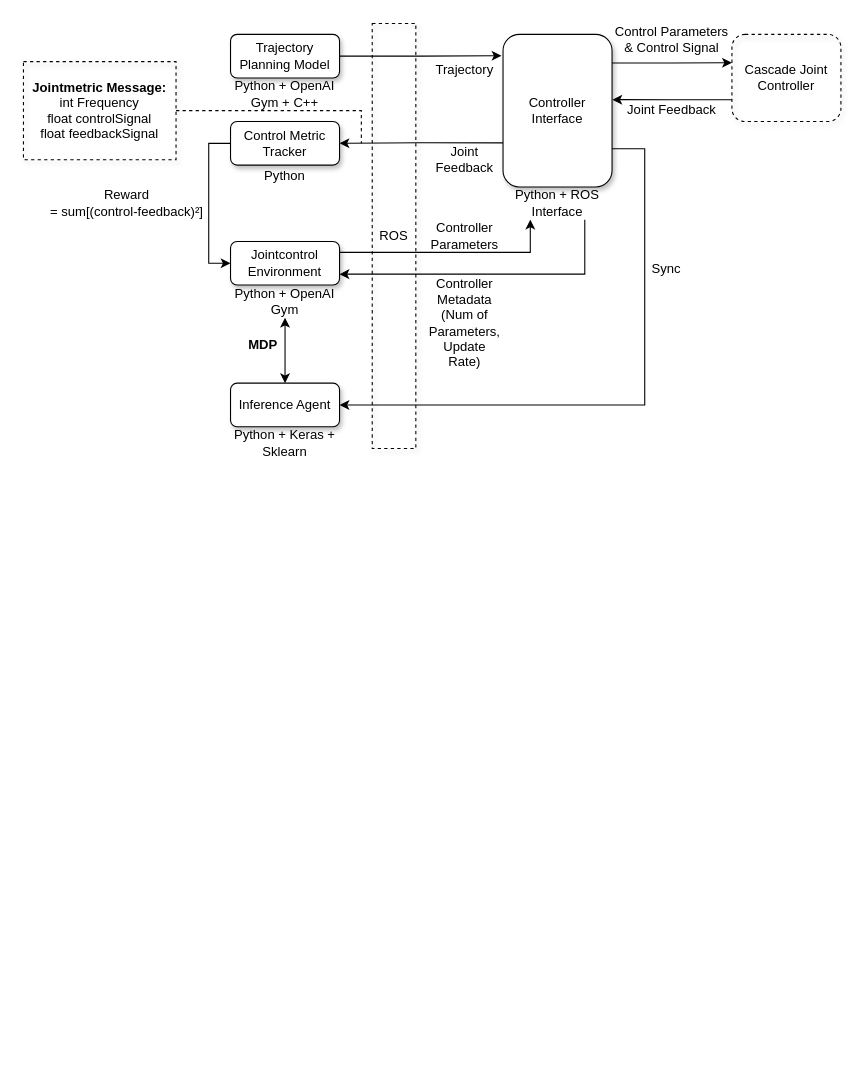
SimonSchwaiger/RL-for-Controller-Parameter-Estimation keeps this draw.io diagram as page "Dataflow" (1 of 6) of doc/systemMockup.drawio. Above is the earlier version. Source tidied: cells renumbered, new cells numbered last; positions are measured from the earlier drawing's top-left corner, leaving out a move shared by most shapes. Both pictures are drawn from the tidied source at 109%, with x=0, y=0 at pixel (23, 23).
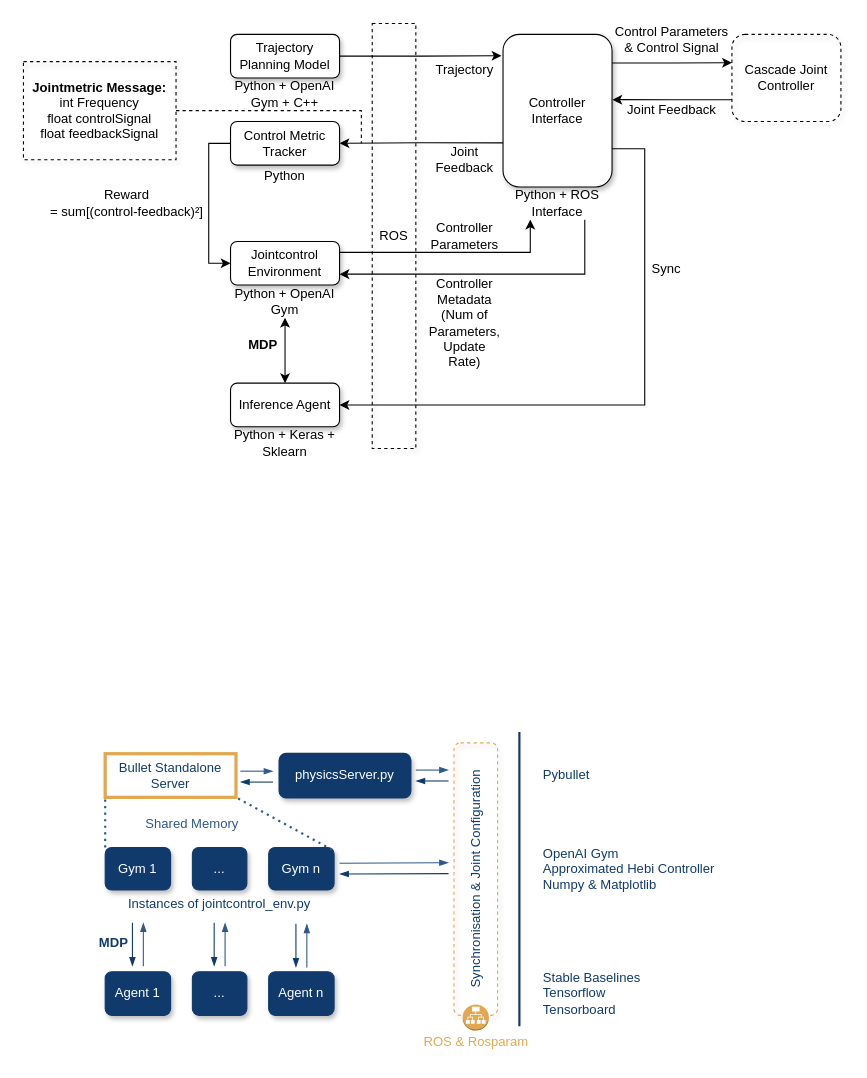
The same diagram, later.

Diff of the diagram source:
```diff
@@
+    <mxCell id="34" style="rounded=0;whiteSpace=wrap;html=1;shadow=0;dashed=1;dashPattern=1 2;fontSize=12;fontColor=#30598A;strokeColor=none;strokeWidth=2;fillColor=default;" parent="1" vertex="1">
+      <mxGeometry x="65" y="640" width="580" height="310" as="geometry" />
+    </mxCell>
@@
+    <mxCell id="35" style="rounded=1;whiteSpace=wrap;html=1;fillColor=none;dashed=1;shadow=1;strokeColor=#E1A851;" parent="1" vertex="1">
+      <mxGeometry x="395" y="660" width="40" height="250" as="geometry" />
+    </mxCell>
+    <mxCell id="36" value="Bullet Standalone Server" style="rounded=0;whiteSpace=wrap;html=1;shadow=0;fillColor=default;strokeColor=#E1A851;strokeWidth=3;fontColor=#103A6B;" parent="1" vertex="1">
+      <mxGeometry x="75" y="670" width="120" height="40" as="geometry" />
+    </mxCell>
+    <mxCell id="37" value="physicsServer.py" style="rounded=1;whiteSpace=wrap;html=1;shadow=1;fillColor=#103A6B;strokeColor=#103A6B;strokeWidth=2;fontColor=#FFFFFF;" parent="1" vertex="1">
+      <mxGeometry x="235" y="670" width="120" height="40" as="geometry" />
+    </mxCell>
+    <mxCell id="38" value="Gym n" style="rounded=1;whiteSpace=wrap;html=1;shadow=1;fillColor=#103A6B;strokeColor=#103A6B;fontColor=#FFFFFF;" parent="1" vertex="1">
+      <mxGeometry x="225" y="756" width="60" height="39" as="geometry" />
+    </mxCell>
+    <mxCell id="39" value="..." style="rounded=1;whiteSpace=wrap;html=1;shadow=1;fillColor=#103A6B;strokeColor=#103A6B;fontColor=#FFFFFF;" parent="1" vertex="1">
+      <mxGeometry x="155" y="756" width="50" height="39" as="geometry" />
+    </mxCell>
+    <mxCell id="40" value="Gym 1" style="rounded=1;whiteSpace=wrap;html=1;shadow=1;fillColor=#103A6B;strokeColor=#103A6B;fontColor=#FFFFFF;" parent="1" vertex="1">
+      <mxGeometry x="75" y="756" width="60" height="39" as="geometry" />
+    </mxCell>
+    <mxCell id="41" value="Instances of jointcontrol_env.py" style="text;html=1;strokeColor=none;fillColor=none;align=center;verticalAlign=middle;whiteSpace=wrap;rounded=0;shadow=0;fontColor=#103A6B;" parent="1" vertex="1">
+      <mxGeometry x="75" y="795" width="210" height="25" as="geometry" />
+    </mxCell>
+    <mxCell id="42" value="ROS &amp;amp; Rosparam" style="text;html=1;strokeColor=none;fillColor=default;align=center;verticalAlign=middle;whiteSpace=wrap;rounded=1;dashed=1;fontColor=#E1A851;" parent="1" vertex="1">
+      <mxGeometry x="362.5" y="920" width="105" height="30" as="geometry" />
+    </mxCell>
+    <mxCell id="43" value="Agent n" style="rounded=1;whiteSpace=wrap;html=1;shadow=1;fillColor=#103A6B;strokeColor=#103A6B;fontColor=#FFFFFF;" parent="1" vertex="1">
+      <mxGeometry x="225" y="870" width="60" height="40" as="geometry" />
+    </mxCell>
+    <mxCell id="44" value="..." style="rounded=1;whiteSpace=wrap;html=1;shadow=1;fillColor=#103A6B;strokeColor=#103A6B;fontColor=#FFFFFF;" parent="1" vertex="1">
+      <mxGeometry x="155" y="870" width="50" height="40" as="geometry" />
+    </mxCell>
+    <mxCell id="45" value="Agent 1" style="rounded=1;whiteSpace=wrap;html=1;shadow=1;fillColor=#103A6B;strokeColor=#103A6B;fontColor=#FFFFFF;" parent="1" vertex="1">
+      <mxGeometry x="75" y="870" width="60" height="40" as="geometry" />
+    </mxCell>
+    <mxCell id="46" style="endArrow=none;html=1;strokeWidth=2;fontColor=#103A6B;strokeColor=#103A6B;" parent="1" edge="1">
+      <mxGeometry relative="1" as="geometry">
+        <mxPoint x="455" y="920" as="sourcePoint" />
+        <mxPoint x="455" y="650" as="targetPoint" />
+      </mxGeometry>
+    </mxCell>
+    <mxCell id="47" style="endArrow=blockThin;html=1;endFill=1;strokeColor=#30598A;" parent="1" edge="1">
+      <mxGeometry relative="1" as="geometry">
+        <mxPoint x="199" y="686" as="sourcePoint" />
+        <mxPoint x="229" y="686" as="targetPoint" />
+      </mxGeometry>
+    </mxCell>
+    <mxCell id="48" style="endArrow=none;html=1;endFill=0;startArrow=blockThin;startFill=1;strokeColor=#103A6B;" parent="1" edge="1">
+      <mxGeometry relative="1" as="geometry">
+        <mxPoint x="199" y="696" as="sourcePoint" />
+        <mxPoint x="229" y="696" as="targetPoint" />
+      </mxGeometry>
+    </mxCell>
+    <mxCell id="49" style="endArrow=blockThin;html=1;endFill=1;strokeColor=#30598A;" parent="1" edge="1">
+      <mxGeometry relative="1" as="geometry">
+        <mxPoint x="360" y="685" as="sourcePoint" />
+        <mxPoint x="390" y="685" as="targetPoint" />
+      </mxGeometry>
+    </mxCell>
+    <mxCell id="50" style="endArrow=none;html=1;endFill=0;startArrow=blockThin;startFill=1;strokeColor=#103A6B;" parent="1" edge="1">
+      <mxGeometry relative="1" as="geometry">
+        <mxPoint x="360" y="695" as="sourcePoint" />
+        <mxPoint x="390" y="695" as="targetPoint" />
+      </mxGeometry>
+    </mxCell>
+    <mxCell id="51" value="Shared Memory" style="text;html=1;strokeColor=none;fillColor=none;align=center;verticalAlign=middle;whiteSpace=wrap;rounded=0;shadow=1;fontColor=#30598A;fontSize=12;" parent="1" vertex="1">
+      <mxGeometry x="75" y="725" width="160" height="20" as="geometry" />
+    </mxCell>
+    <mxCell id="52" style="endArrow=blockThin;html=1;endFill=1;startArrow=none;startFill=0;strokeColor=#30598A;" parent="1" edge="1">
+      <mxGeometry relative="1" as="geometry">
+        <mxPoint x="290" y="770.4" as="sourcePoint" />
+        <mxPoint x="390" y="770" as="targetPoint" />
+      </mxGeometry>
+    </mxCell>
+    <mxCell id="53" value="Synchronisation &amp;amp; Joint Configuration" style="text;html=1;strokeColor=none;fillColor=none;align=center;verticalAlign=middle;whiteSpace=wrap;rounded=0;shadow=1;rotation=270;fontColor=#103A6B;" parent="1" vertex="1">
+      <mxGeometry x="300" y="775" width="230" height="20" as="geometry" />
+    </mxCell>
+    <mxCell id="54" style="endArrow=none;html=1;endFill=0;startArrow=blockThin;startFill=1;strokeColor=#30598A;" parent="1" edge="1">
+      <mxGeometry relative="1" as="geometry">
+        <mxPoint x="260" y="826" as="sourcePoint" />
+        <mxPoint x="260" y="866" as="targetPoint" />
+      </mxGeometry>
+    </mxCell>
+    <mxCell id="55" style="endArrow=blockThin;html=1;endFill=1;startArrow=none;startFill=0;strokeColor=#103A6B;" parent="1" edge="1">
+      <mxGeometry relative="1" as="geometry">
+        <mxPoint x="250" y="826" as="sourcePoint" />
+        <mxPoint x="250" y="866" as="targetPoint" />
+      </mxGeometry>
+    </mxCell>
+    <mxCell id="56" style="endArrow=none;html=1;endFill=0;startArrow=blockThin;startFill=1;strokeColor=#30598A;" parent="1" edge="1">
+      <mxGeometry relative="1" as="geometry">
+        <mxPoint x="185" y="825" as="sourcePoint" />
+        <mxPoint x="185" y="865" as="targetPoint" />
+      </mxGeometry>
+    </mxCell>
+    <mxCell id="57" style="endArrow=blockThin;html=1;endFill=1;startArrow=none;startFill=0;strokeColor=#103A6B;" parent="1" edge="1">
+      <mxGeometry relative="1" as="geometry">
+        <mxPoint x="175" y="825" as="sourcePoint" />
+        <mxPoint x="175" y="865" as="targetPoint" />
+      </mxGeometry>
+    </mxCell>
+    <mxCell id="58" style="endArrow=none;html=1;endFill=0;startArrow=blockThin;startFill=1;strokeColor=#30598A;" parent="1" edge="1">
+      <mxGeometry relative="1" as="geometry">
+        <mxPoint x="110" y="825" as="sourcePoint" />
+        <mxPoint x="110" y="865" as="targetPoint" />
+      </mxGeometry>
+    </mxCell>
+    <mxCell id="59" style="endArrow=blockThin;html=1;endFill=1;startArrow=none;startFill=0;strokeColor=#103A6B;" parent="1" edge="1">
+      <mxGeometry relative="1" as="geometry">
+        <mxPoint x="100" y="825" as="sourcePoint" />
+        <mxPoint x="100" y="865" as="targetPoint" />
+      </mxGeometry>
+    </mxCell>
+    <mxCell id="60" value="&lt;b&gt;MDP&lt;/b&gt;" style="text;html=1;strokeColor=none;fillColor=none;align=center;verticalAlign=middle;whiteSpace=wrap;rounded=0;shadow=1;fontColor=#103A6B;" parent="1" vertex="1">
+      <mxGeometry x="60" y="834" width="45.5" height="20" as="geometry" />
+    </mxCell>
+    <mxCell id="61" style="endArrow=none;html=1;endFill=0;startArrow=blockThin;startFill=1;strokeColor=#103A6B;" parent="1" edge="1">
+      <mxGeometry relative="1" as="geometry">
+        <mxPoint x="290" y="780.4" as="sourcePoint" />
+        <mxPoint x="390" y="780" as="targetPoint" />
+      </mxGeometry>
+    </mxCell>
+    <mxCell id="62" style="endArrow=none;dashed=1;html=1;dashPattern=1 2;fontColor=#FFFFFF;strokeWidth=2;entryX=0;entryY=1;entryDx=0;entryDy=0;exitX=0;exitY=0;exitDx=0;exitDy=0;strokeColor=#30598A;" parent="1" edge="1" source="40" target="36">
+      <mxGeometry relative="1" as="geometry" />
+    </mxCell>
+    <mxCell id="63" style="endArrow=none;dashed=1;html=1;dashPattern=1 2;fontColor=#FFFFFF;strokeWidth=2;entryX=1;entryY=1;entryDx=0;entryDy=0;strokeColor=#30598A;" parent="1" edge="1" target="36">
+      <mxGeometry relative="1" as="geometry">
+        <mxPoint x="283" y="758" as="sourcePoint" />
+      </mxGeometry>
+    </mxCell>
+    <mxCell id="64" style="dashed=0;verticalLabelPosition=bottom;verticalAlign=top;align=center;html=1;shape=mxgraph.aws3.application_load_balancer;fillColor=#E1A851;gradientColor=none;rounded=1;shadow=0;dashPattern=1 2;fontSize=12;fontColor=#103A6B;strokeColor=none;strokeWidth=3;" parent="1" vertex="1">
+      <mxGeometry x="403" y="900" width="24" height="24" as="geometry" />
+    </mxCell>
+    <mxCell id="65" value="Pybullet&amp;nbsp;" style="text;html=1;strokeColor=none;fillColor=none;align=left;verticalAlign=middle;whiteSpace=wrap;rounded=0;shadow=0;dashed=1;dashPattern=1 2;fontSize=12;fontColor=#103A6B;" parent="1" vertex="1">
+      <mxGeometry x="475" y="670" width="80" height="40" as="geometry" />
+    </mxCell>
+    <mxCell id="66" value="OpenAI Gym&lt;br&gt;Approximated Hebi Controller&lt;br&gt;Numpy &amp;amp; Matplotlib" style="text;html=1;strokeColor=none;fillColor=none;align=left;verticalAlign=middle;whiteSpace=wrap;rounded=0;shadow=0;dashed=1;dashPattern=1 2;fontSize=12;fontColor=#103A6B;" parent="1" vertex="1">
+      <mxGeometry x="475" y="756" width="170" height="40" as="geometry" />
+    </mxCell>
+    <mxCell id="67" value="Stable Baselines&lt;br&gt;Tensorflow&lt;br&gt;Tensorboard" style="text;html=1;strokeColor=none;fillColor=none;align=left;verticalAlign=middle;whiteSpace=wrap;rounded=0;shadow=0;dashed=1;dashPattern=1 2;fontSize=12;fontColor=#103A6B;" parent="1" vertex="1">
+      <mxGeometry x="475" y="870" width="165" height="40" as="geometry" />
+    </mxCell>
```
